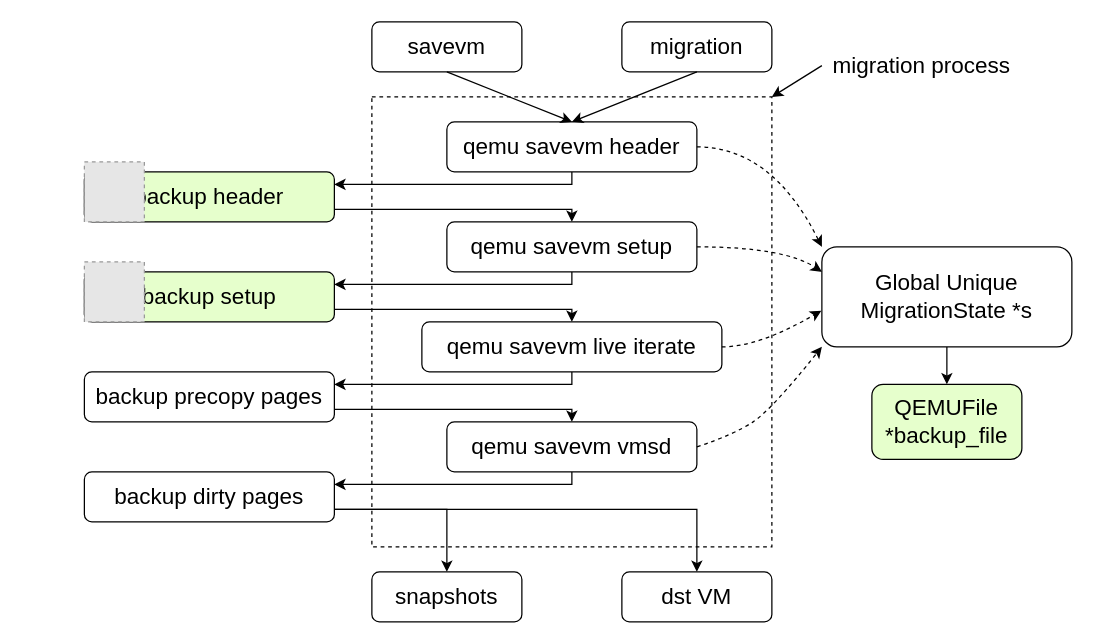
Earlier version of the draw.io diagram qemu-migration/postcopy backup activity diagram.drawio (xuyizhe1999/drawio). Source tidied: cells renumbered, new cells numbered last; positions are measured from the earlier drawing's top-left corner, leaving out a move shared by most shapes. Both pictures are drawn from the tidied source at 125%, with x=0, y=0 at pixel (84, 21). Pictures stored in the file or linked from it are replaced by grey dashed boxes.
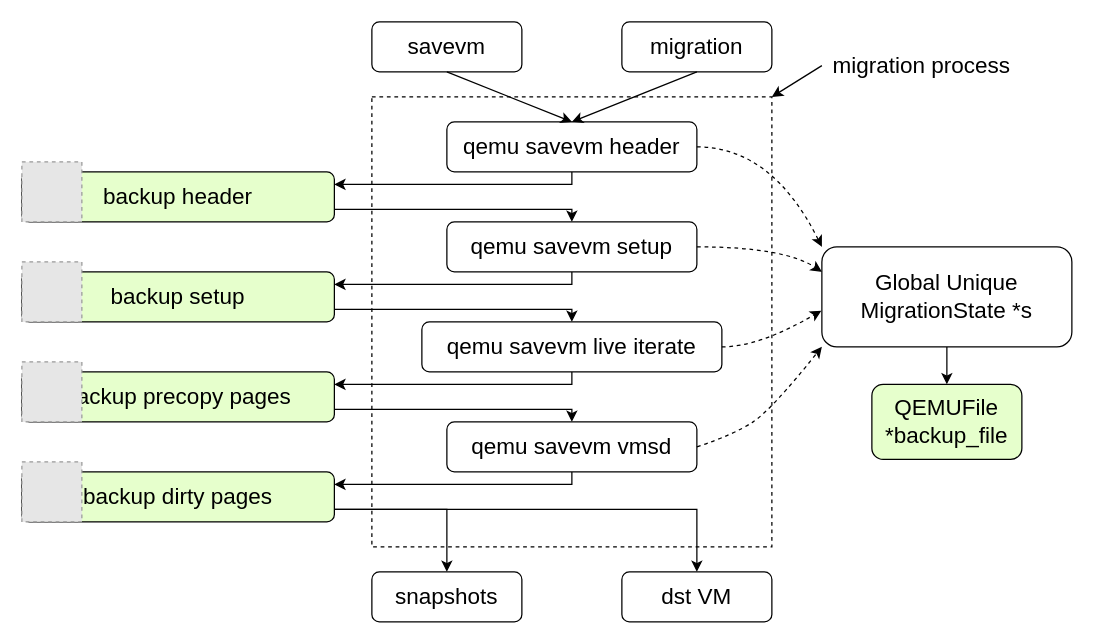
The same page after the edit.

The edit, as a diff of the source:
```diff
@@
     <mxCell id="24" value="backup header" style="rounded=1;whiteSpace=wrap;html=1;fontSize=18;fillColor=#E6FFCC;" parent="1" vertex="1">
-      <mxGeometry y="120" width="200" height="40" as="geometry" />
+      <mxGeometry x="-50" y="120" width="250" height="40" as="geometry" />
     </mxCell>
     <mxCell id="25" value="backup setup" style="rounded=1;whiteSpace=wrap;html=1;fontSize=18;fillColor=#E6FFCC;" parent="1" vertex="1">
-      <mxGeometry y="200" width="200" height="40" as="geometry" />
+      <mxGeometry x="-50" y="200" width="250" height="40" as="geometry" />
     </mxCell>
@@
-    <mxCell id="28" value="backup precopy pages" style="rounded=1;whiteSpace=wrap;html=1;fontSize=18;" parent="1" vertex="1">
-      <mxGeometry y="280" width="200" height="40" as="geometry" />
+    <mxCell id="28" value="backup precopy pages" style="rounded=1;whiteSpace=wrap;html=1;fontSize=18;fillColor=#E6FFCC;" parent="1" vertex="1">
+      <mxGeometry x="-50" y="280" width="250" height="40" as="geometry" />
     </mxCell>
@@
-    <mxCell id="33" value="backup dirty pages" style="rounded=1;whiteSpace=wrap;html=1;fontSize=18;" parent="1" vertex="1">
-      <mxGeometry y="360" width="200" height="40" as="geometry" />
+    <mxCell id="33" value="backup dirty pages" style="rounded=1;whiteSpace=wrap;html=1;fontSize=18;fillColor=#E6FFCC;" parent="1" vertex="1">
+      <mxGeometry x="-50" y="360" width="250" height="40" as="geometry" />
     </mxCell>
@@
     <mxCell id="35" style="fillColor=#E6E6E6;strokeColor=#999999;dashed=1;html=1;verticalAlign=top;verticalLabelPosition=bottom;labelBackgroundColor=#ffffff;fontSize=18;" parent="1" vertex="1">
-      <mxGeometry y="112" width="48" height="48" as="geometry" />
+      <mxGeometry x="-50" y="112" width="48" height="48" as="geometry" />
     </mxCell>
     <mxCell id="36" style="fillColor=#E6E6E6;strokeColor=#999999;dashed=1;html=1;verticalAlign=top;verticalLabelPosition=bottom;labelBackgroundColor=#ffffff;fontSize=18;" parent="1" vertex="1">
-      <mxGeometry y="192" width="48" height="48" as="geometry" />
+      <mxGeometry x="-50" y="192" width="48" height="48" as="geometry" />
     </mxCell>
+    <mxCell id="37" style="fillColor=#E6E6E6;strokeColor=#999999;dashed=1;html=1;verticalAlign=top;verticalLabelPosition=bottom;labelBackgroundColor=#ffffff;fontSize=18;" parent="1" vertex="1">
+      <mxGeometry x="-50" y="272" width="48" height="48" as="geometry" />
+    </mxCell>
+    <mxCell id="38" style="fillColor=#E6E6E6;strokeColor=#999999;dashed=1;html=1;verticalAlign=top;verticalLabelPosition=bottom;labelBackgroundColor=#ffffff;fontSize=18;" parent="1" vertex="1">
+      <mxGeometry x="-50" y="352" width="48" height="48" as="geometry" />
+    </mxCell>
```
